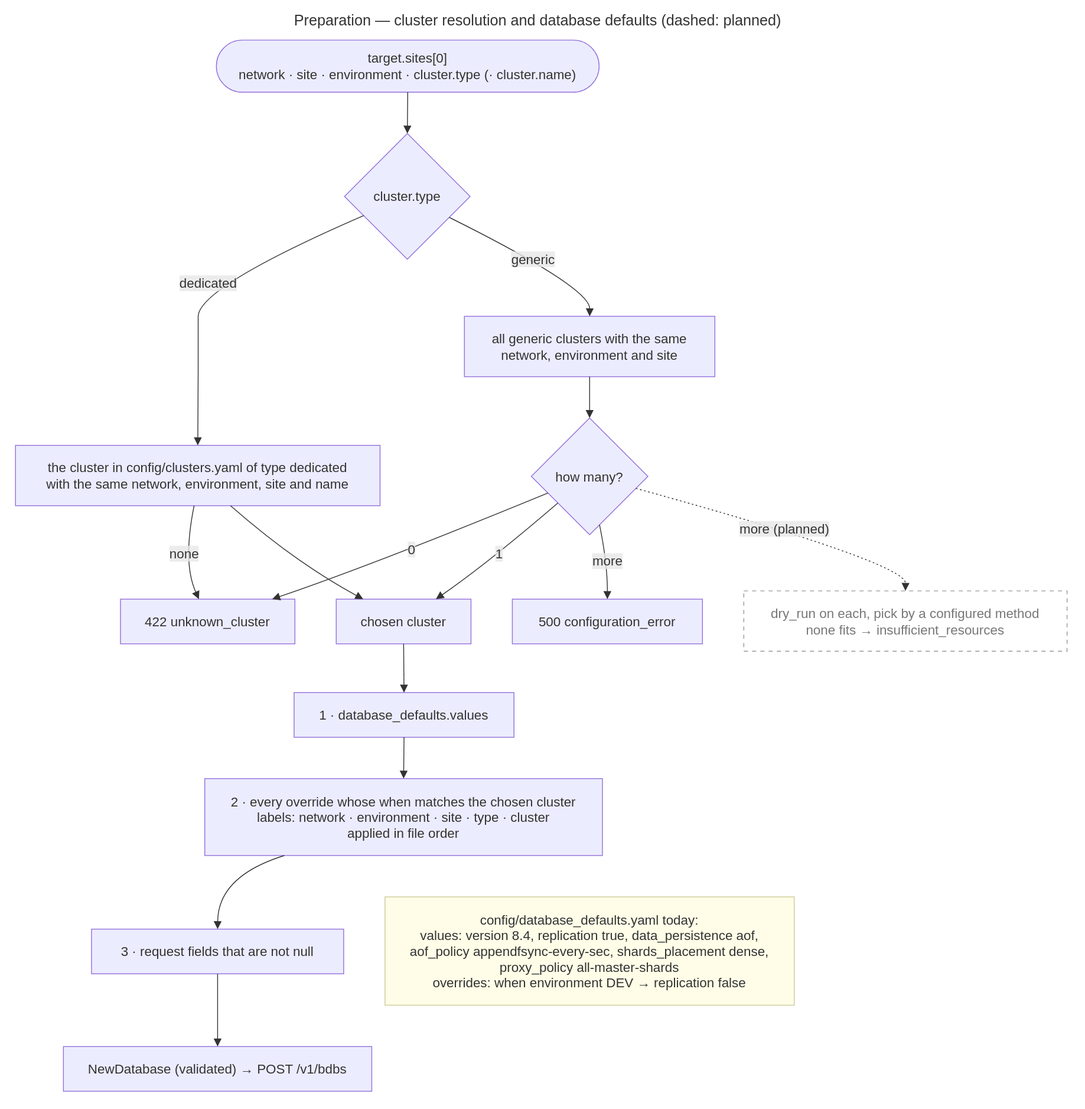
EliShteinman/redis-enterprise-services keeps this draw.io diagram as docs/diagrams/13-flow-cluster-and-defaults.drawio.svg. Above is the earlier version. Source tidied: cells renumbered, new cells last; positions are measured from the earlier drawing's top-left corner, leaving out a move shared by most shapes.
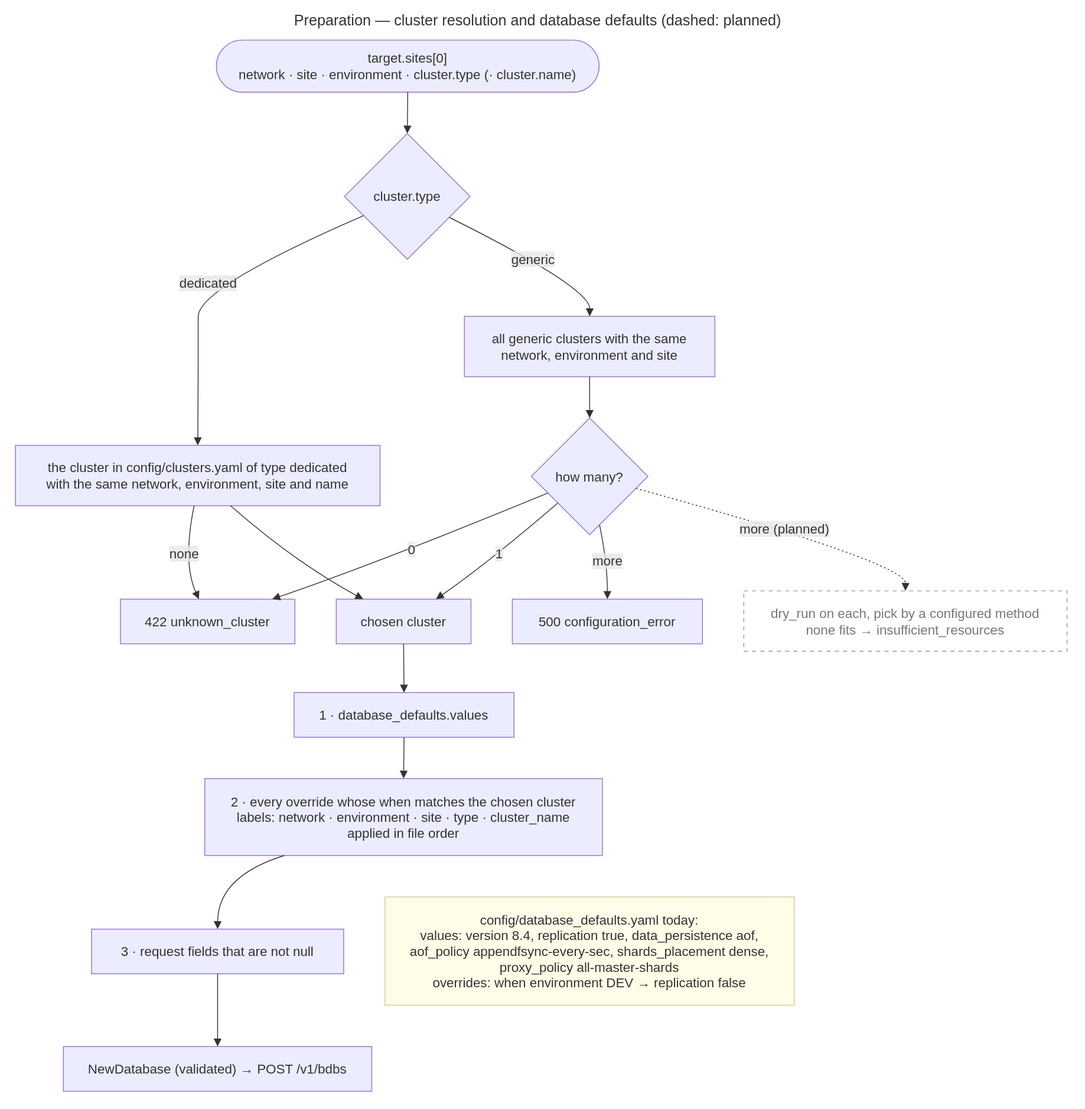
After the change.

What changed in the source:
```diff
@@ -32,7 +32,7 @@
     <mxCell id="11" value="1 · database_defaults.values" style="html=1;whiteSpace=wrap;strokeWidth=1;fillColor=light-dark(#ECECFF,#1f2020);strokeColor=light-dark(#9370DB,#cccccc);fontColor=light-dark(#333333,#cccccc);fontFamily=Trebuchet MS,Verdana,Arial,sans-serif;fontSize=16;" parent="1" vertex="1">
       <mxGeometry x="345" y="827" width="266" height="54" as="geometry" />
     </mxCell>
-    <mxCell id="12" value="2 · every override whose when matches the chosen cluster&#10;labels: network · environment · site · type · cluster&#10;applied in file order" style="html=1;whiteSpace=wrap;strokeWidth=1;fillColor=light-dark(#ECECFF,#1f2020);strokeColor=light-dark(#9370DB,#cccccc);fontColor=light-dark(#333333,#cccccc);fontFamily=Trebuchet MS,Verdana,Arial,sans-serif;fontSize=16;" parent="1" vertex="1">
+    <mxCell id="12" value="2 · every override whose when matches the chosen cluster&#10;labels: network · environment · site · type · cluster_name&#10;applied in file order" style="html=1;whiteSpace=wrap;strokeWidth=1;fillColor=light-dark(#ECECFF,#1f2020);strokeColor=light-dark(#9370DB,#cccccc);fontColor=light-dark(#333333,#cccccc);fontFamily=Trebuchet MS,Verdana,Arial,sans-serif;fontSize=16;" parent="1" vertex="1">
       <mxGeometry x="237" y="931" width="481" height="93" as="geometry" />
     </mxCell>
     <mxCell id="13" value="3 · request fields that are not null" style="html=1;whiteSpace=wrap;strokeWidth=1;fillColor=light-dark(#ECECFF,#1f2020);strokeColor=light-dark(#9370DB,#cccccc);fontColor=light-dark(#333333,#cccccc);fontFamily=Trebuchet MS,Verdana,Arial,sans-serif;fontSize=16;" parent="1" vertex="1">
```
